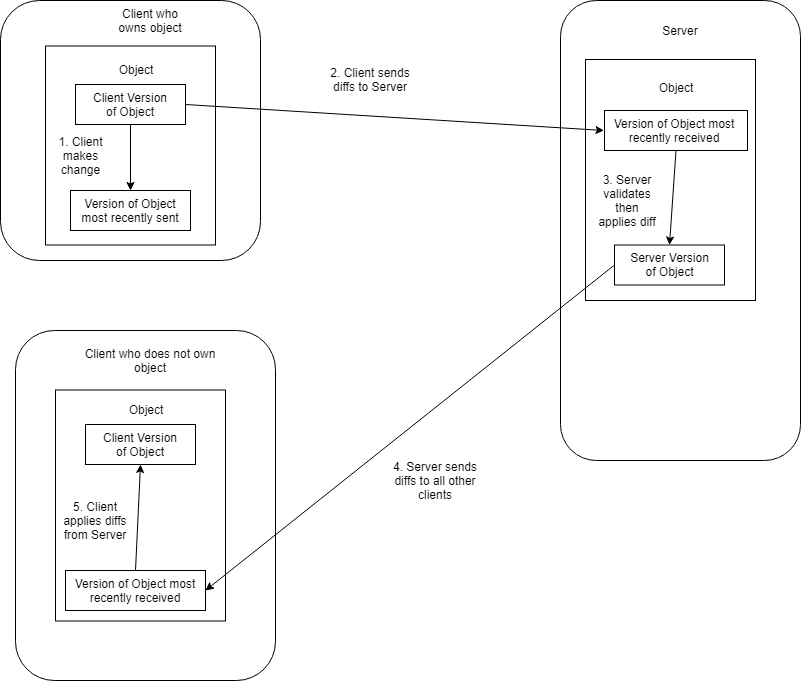
chung03/FPS-Match3-Mashup keeps this draw.io diagram as Design/Rough Drawings/Handling_Player_State.png. Above is the earlier version. Source tidied: cells renumbered, new cells last; positions are measured from the earlier drawing's top-left corner, leaving out a move shared by most shapes.
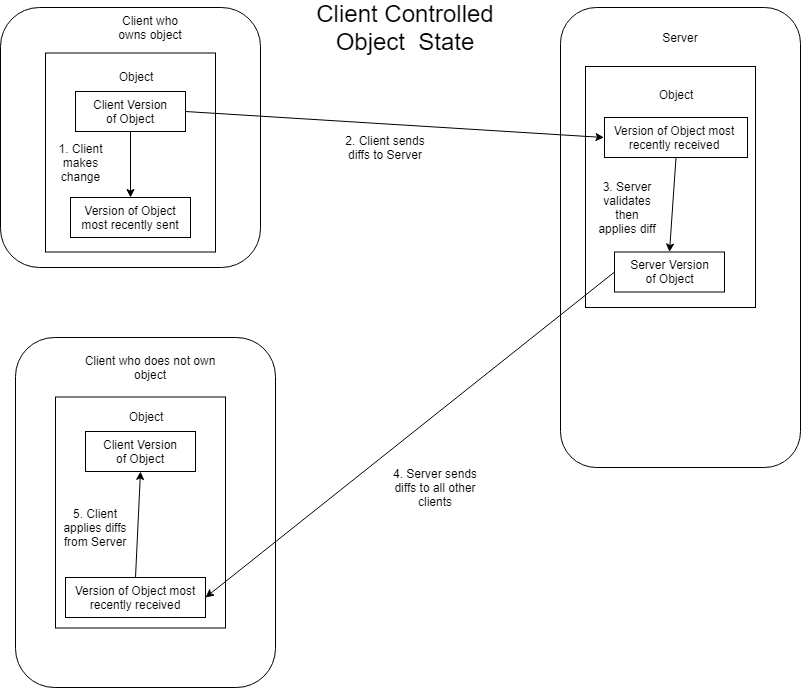
Above is the later version.

The edit, as a diff of the source:
```diff
@@ -105,7 +105,7 @@
       <mxGeometry x="47.5" y="130" width="65" height="50" as="geometry" />
     </mxCell>
     <mxCell id="34" value="2. Client sends diffs to Server" style="text;html=1;strokeColor=none;fillColor=none;align=center;verticalAlign=middle;whiteSpace=wrap;rounded=0;" parent="1" vertex="1">
-      <mxGeometry x="320" y="69" width="100" height="20" as="geometry" />
+      <mxGeometry x="335" y="130" width="100" height="20" as="geometry" />
     </mxCell>
     <mxCell id="35" value="3. Server validates then applies diff" style="text;html=1;strokeColor=none;fillColor=none;align=center;verticalAlign=middle;whiteSpace=wrap;rounded=0;" parent="1" vertex="1">
       <mxGeometry x="594" y="190" width="66" height="20" as="geometry" />
@@ -116,5 +116,8 @@
     <mxCell id="37" value="5. Client applies diffs from Server" style="text;html=1;strokeColor=none;fillColor=none;align=center;verticalAlign=middle;whiteSpace=wrap;rounded=0;" parent="1" vertex="1">
       <mxGeometry x="60" y="505" width="70" height="30" as="geometry" />
     </mxCell>
+    <mxCell id="38" value="&lt;font style=&quot;font-size: 24px&quot;&gt;Client Controlled Object&amp;nbsp; State&lt;/font&gt;" style="text;html=1;strokeColor=none;fillColor=none;align=center;verticalAlign=middle;whiteSpace=wrap;rounded=0;" parent="1" vertex="1">
+      <mxGeometry x="300" y="10" width="210" height="20" as="geometry" />
+    </mxCell>
   </root>
 </mxGraphModel>
```
